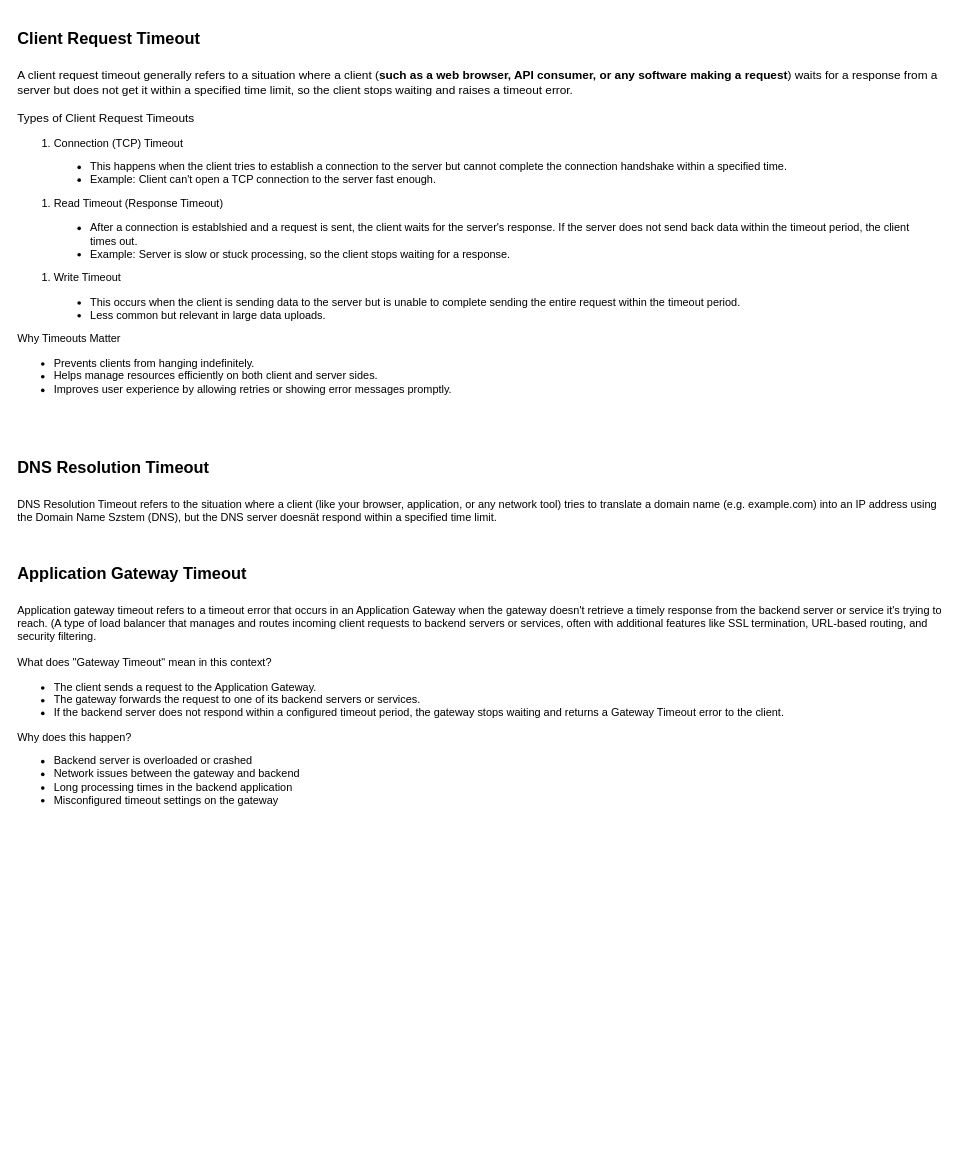
Before: Web.drawio in tyk1hc/drawio, a draw.io diagram. Source tidied: cells renumbered, new cells numbered last; positions are measured from the earlier drawing's top-left corner, leaving out a move shared by most shapes. Both pictures are drawn from the tidied source at 91%, with x=0, y=0 at pixel (15, 15).
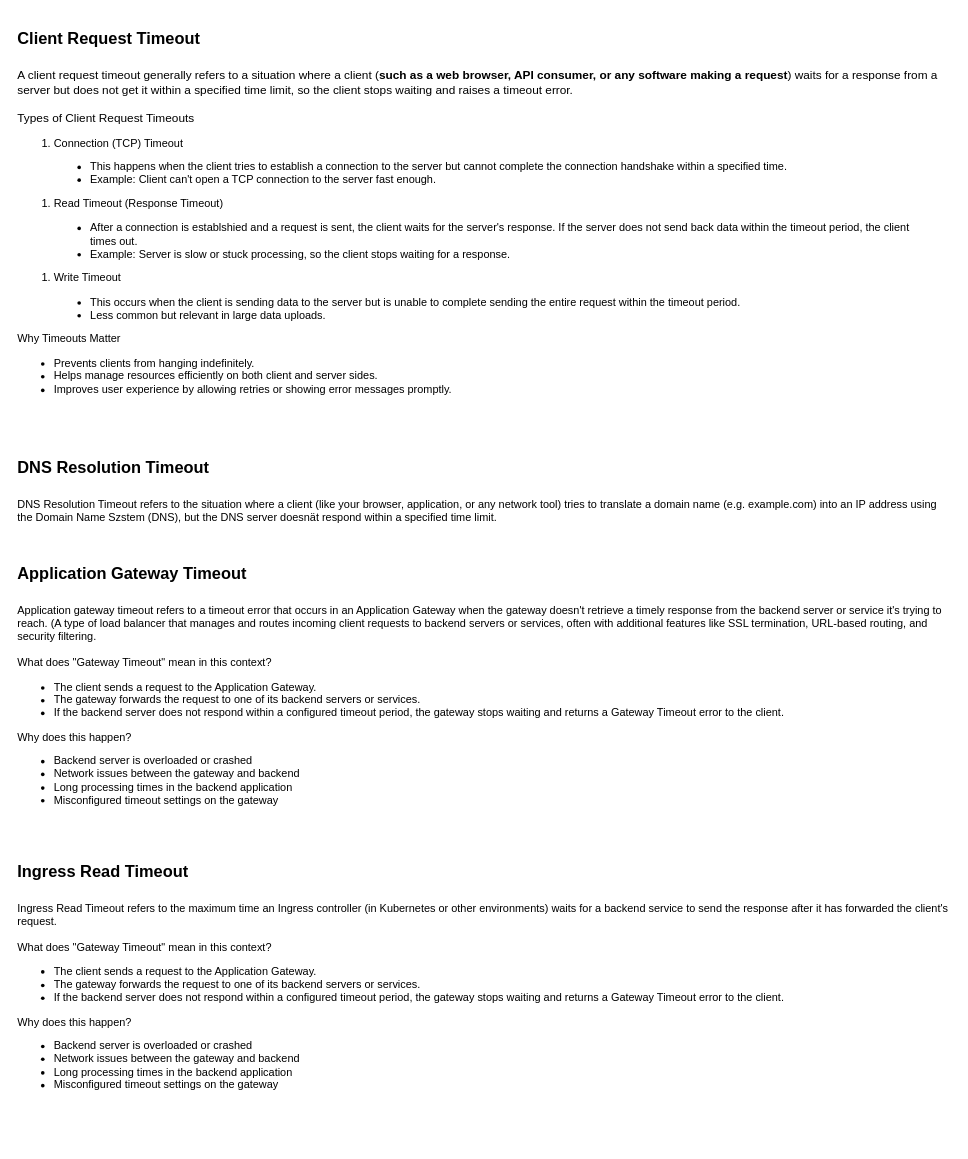
The same page after the edit.

Diff of the diagram source:
```diff
@@
 <mxGraphModel>
   <root>
     <mxCell id="0" />
     <mxCell id="1" parent="0" />
     <mxCell id="2" value="&lt;div&gt;&lt;b&gt;&lt;font style=&quot;font-size: 18px;&quot;&gt;Client Request Timeout&lt;/font&gt;&lt;/b&gt;&lt;/div&gt;&lt;div&gt;&lt;b&gt;&lt;font style=&quot;font-size: 18px;&quot;&gt;&lt;br&gt;&lt;/font&gt;&lt;/b&gt;&lt;/div&gt;&lt;div&gt;&lt;font style=&quot;font-size: 13px;&quot;&gt;A client request timeout generally refers to a situation where a client (&lt;b&gt;such as a web browser, API consumer, or any software making a request&lt;/b&gt;) waits for a response from a server but does not&amp;nbsp;get it within a specified time limit, so the client stops waiting and raises a timeout error.&lt;/font&gt;&lt;/div&gt;&lt;div&gt;&lt;font style=&quot;font-size: 13px;&quot;&gt;&lt;br&gt;&lt;/font&gt;&lt;/div&gt;&lt;div&gt;&lt;font style=&quot;font-size: 13px;&quot;&gt;Types of Client Request Timeouts&amp;nbsp;&lt;/font&gt;&lt;/div&gt;&lt;div&gt;&lt;ol&gt;&lt;li&gt;Connection (TCP) Timeout&amp;nbsp;&lt;/li&gt;&lt;/ol&gt;&lt;blockquote&gt;&lt;ul&gt;&lt;li&gt;This happens when the client tries to establish a connection to the server but cannot complete the connection handshake within a specified time.&lt;/li&gt;&lt;li&gt;Example: Client can't open a TCP connection to the server fast enough.&lt;/li&gt;&lt;/ul&gt;&lt;/blockquote&gt;&lt;ol&gt;&lt;li&gt;Read Timeout (Response Timeout)&lt;/li&gt;&lt;/ol&gt;&lt;blockquote&gt;&lt;ul&gt;&lt;li&gt;After a connection is establshied and a request is sent, the client waits for the server's response. If the server does not send back data within the timeout period, the client times out.&lt;/li&gt;&lt;li&gt;Example: Server is slow or stuck processing, so the client stops waiting for a response.&lt;/li&gt;&lt;/ul&gt;&lt;/blockquote&gt;&lt;ol&gt;&lt;li&gt;Write Timeout&amp;nbsp;&lt;/li&gt;&lt;/ol&gt;&lt;blockquote&gt;&lt;ul&gt;&lt;li&gt;This occurs when the client is sending data to the server but is unable to complete sending the entire request within the timeout period.&lt;/li&gt;&lt;li&gt;Less common but relevant in large data uploads.&lt;/li&gt;&lt;/ul&gt;&lt;/blockquote&gt;&lt;div&gt;Why Timeouts Matter&amp;nbsp;&lt;/div&gt;&lt;div&gt;&lt;ul&gt;&lt;li&gt;Prevents clients from hanging indefinitely.&lt;/li&gt;&lt;li&gt;Helps manage resources efficiently on both client and server sides.&lt;/li&gt;&lt;li&gt;Improves user experience by allowing retries or showing error messages promptly.&lt;/li&gt;&lt;/ul&gt;&lt;/div&gt;&lt;/div&gt;&lt;div&gt;&lt;font&gt;&lt;br&gt;&lt;/font&gt;&lt;/div&gt;&lt;div&gt;&lt;b&gt;&lt;font style=&quot;font-size: 18px;&quot;&gt;&lt;br&gt;&lt;/font&gt;&lt;/b&gt;&lt;/div&gt;" style="text;html=1;whiteSpace=wrap;strokeColor=none;fillColor=none;align=left;verticalAlign=middle;rounded=0;" parent="1" vertex="1">
       <mxGeometry width="1030" height="480" as="geometry" />
     </mxCell>
     <mxCell id="3" value="&lt;div&gt;&lt;b&gt;&lt;font style=&quot;font-size: 18px;&quot;&gt;DNS Resolution Timeout&amp;nbsp;&lt;/font&gt;&lt;/b&gt;&lt;/div&gt;&lt;div&gt;&lt;b&gt;&lt;font style=&quot;font-size: 18px;&quot;&gt;&amp;nbsp;&lt;/font&gt;&lt;/b&gt;&lt;/div&gt;&lt;div&gt;DNS Resolution Timeout refers to the situation where a client (like your browser, application, or any network tool) tries to translate a domain name (e.g. example.com) into an IP address using&lt;/div&gt;&lt;div&gt;the Domain Name Szstem (DNS), but the DNS server doesnät respond within a specified time limit.&lt;/div&gt;&lt;div&gt;&lt;font&gt;&lt;br&gt;&lt;/font&gt;&lt;/div&gt;&lt;div&gt;&lt;b&gt;&lt;font style=&quot;font-size: 18px;&quot;&gt;&lt;br&gt;&lt;/font&gt;&lt;/b&gt;&lt;/div&gt;" style="text;html=1;whiteSpace=wrap;strokeColor=none;fillColor=none;align=left;verticalAlign=middle;rounded=0;" parent="1" vertex="1">
       <mxGeometry y="480" width="1030" height="120" as="geometry" />
     </mxCell>
     <mxCell id="4" value="&lt;div&gt;&lt;b&gt;&lt;font style=&quot;font-size: 18px;&quot;&gt;Application Gateway Timeout&lt;/font&gt;&lt;/b&gt;&lt;/div&gt;&lt;div&gt;&lt;b&gt;&lt;font style=&quot;font-size: 18px;&quot;&gt;&amp;nbsp;&lt;/font&gt;&lt;/b&gt;&lt;/div&gt;&lt;div&gt;Application gateway timeout refers to a timeout error that occurs in an Application Gateway when the gateway doesn't retrieve a timely response from the backend server or service it's trying to reach. (A type of load balancer that manages and routes incoming client requests to backend servers or services, often with additional features like SSL termination, URL-based routing, and security filtering.&lt;/div&gt;&lt;div&gt;&lt;br&gt;&lt;/div&gt;&lt;div&gt;What does &quot;Gateway Timeout&quot; mean in this context?&lt;/div&gt;&lt;div&gt;&lt;ul&gt;&lt;li&gt;The client sends a request to the Application Gateway.&lt;/li&gt;&lt;li&gt;The gateway forwards the request to one of its backend servers or services.&lt;/li&gt;&lt;li&gt;If the backend server does not respond within a configured timeout period, the gateway stops waiting and returns a Gateway Timeout error to the client.&lt;/li&gt;&lt;/ul&gt;&lt;div&gt;Why does this happen?&lt;/div&gt;&lt;div&gt;&lt;ul&gt;&lt;li&gt;Backend server is overloaded or crashed&lt;/li&gt;&lt;li&gt;Network issues between the gateway and backend&amp;nbsp;&lt;/li&gt;&lt;li&gt;Long processing times in the backend application&amp;nbsp;&lt;/li&gt;&lt;li&gt;Misconfigured timeout settings on the gateway&lt;/li&gt;&lt;/ul&gt;&lt;/div&gt;&lt;/div&gt;&lt;div&gt;&lt;font&gt;&lt;br&gt;&lt;/font&gt;&lt;/div&gt;&lt;div&gt;&lt;b&gt;&lt;font style=&quot;font-size: 18px;&quot;&gt;&lt;br&gt;&lt;/font&gt;&lt;/b&gt;&lt;/div&gt;" style="text;html=1;whiteSpace=wrap;strokeColor=none;fillColor=none;align=left;verticalAlign=middle;rounded=0;" parent="1" vertex="1">
       <mxGeometry y="600" width="1030" height="320" as="geometry" />
     </mxCell>
+    <mxCell id="5" value="&lt;div&gt;&lt;b&gt;&lt;font style=&quot;font-size: 18px;&quot;&gt;Ingress Read Timeout&lt;/font&gt;&lt;/b&gt;&lt;/div&gt;&lt;div&gt;&lt;b&gt;&lt;font style=&quot;font-size: 18px;&quot;&gt;&amp;nbsp;&lt;/font&gt;&lt;/b&gt;&lt;/div&gt;&lt;div&gt;Ingress Read Timeout refers to the maximum time an Ingress controller (in Kubernetes or other environments) waits for a backend service to send the response after it has forwarded the client's request.&lt;/div&gt;&lt;div&gt;&lt;br&gt;&lt;/div&gt;&lt;div&gt;What does &quot;Gateway Timeout&quot; mean in this context?&lt;/div&gt;&lt;div&gt;&lt;ul&gt;&lt;li&gt;The client sends a request to the Application Gateway.&lt;/li&gt;&lt;li&gt;The gateway forwards the request to one of its backend servers or services.&lt;/li&gt;&lt;li&gt;If the backend server does not respond within a configured timeout period, the gateway stops waiting and returns a Gateway Timeout error to the client.&lt;/li&gt;&lt;/ul&gt;&lt;div&gt;Why does this happen?&lt;/div&gt;&lt;div&gt;&lt;ul&gt;&lt;li&gt;Backend server is overloaded or crashed&lt;/li&gt;&lt;li&gt;Network issues between the gateway and backend&amp;nbsp;&lt;/li&gt;&lt;li&gt;Long processing times in the backend application&amp;nbsp;&lt;/li&gt;&lt;li&gt;Misconfigured timeout settings on the gateway&lt;/li&gt;&lt;/ul&gt;&lt;/div&gt;&lt;/div&gt;&lt;div&gt;&lt;font&gt;&lt;br&gt;&lt;/font&gt;&lt;/div&gt;&lt;div&gt;&lt;b&gt;&lt;font style=&quot;font-size: 18px;&quot;&gt;&lt;br&gt;&lt;/font&gt;&lt;/b&gt;&lt;/div&gt;" style="text;html=1;whiteSpace=wrap;strokeColor=none;fillColor=none;align=left;verticalAlign=middle;rounded=0;" parent="1" vertex="1">
+      <mxGeometry y="920" width="1030" height="320" as="geometry" />
+    </mxCell>
   </root>
 </mxGraphModel>
```
